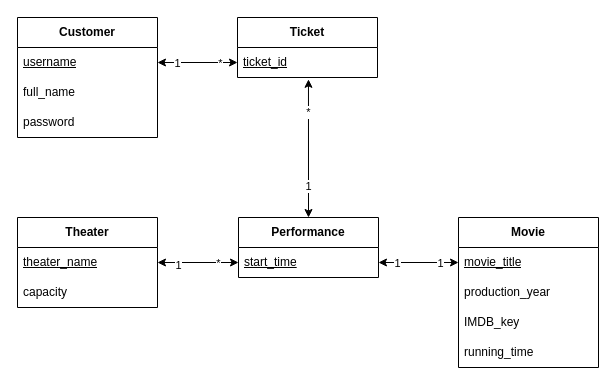
sergioferniza/edaf75 keeps this draw.io diagram as Lab2_ER_Model.drawio. Above is the earlier version. Source tidied: cells renumbered, new cells numbered last; positions are measured from the earlier drawing's top-left corner, leaving out a move shared by most shapes. Both pictures are drawn from the tidied source at 100%, with x=0, y=0 at pixel (17, 17).
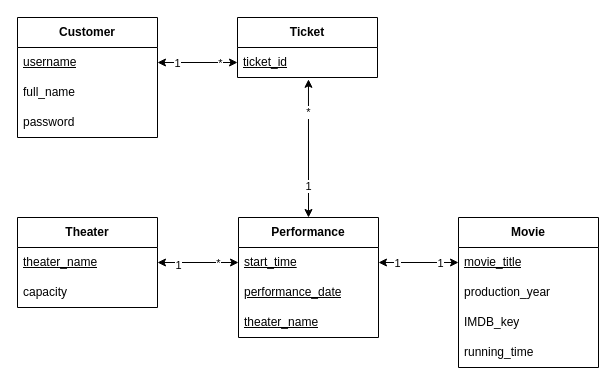
The same diagram, later.

Commit message (it also covers changes not shown here):
Updated Performance and Ticket schema, along with UML diagram

Change to the diagram source:
```diff
@@
     <mxCell id="10" value="Performance" style="swimlane;fontStyle=1;horizontal=1;startSize=30;whiteSpace=wrap;html=1;" parent="1" vertex="1">
-      <mxGeometry x="221" y="200" width="140" height="60" as="geometry" />
+      <mxGeometry x="221" y="200" width="140" height="120" as="geometry" />
     </mxCell>
@@
+    <mxCell id="30" value="&lt;u style=&quot;border-color: var(--border-color);&quot;&gt;performance_date&lt;/u&gt;" style="text;strokeColor=none;fillColor=none;align=left;verticalAlign=middle;spacingLeft=4;spacingRight=4;overflow=hidden;whiteSpace=wrap;html=1;" parent="10" vertex="1">
+      <mxGeometry y="60" width="140" height="30" as="geometry" />
+    </mxCell>
+    <mxCell id="31" value="&lt;u style=&quot;border-color: var(--border-color);&quot;&gt;theater_name&lt;/u&gt;" style="text;strokeColor=none;fillColor=none;align=left;verticalAlign=middle;spacingLeft=4;spacingRight=4;overflow=hidden;whiteSpace=wrap;html=1;" parent="10" vertex="1">
+      <mxGeometry y="90" width="140" height="30" as="geometry" />
+    </mxCell>
```
